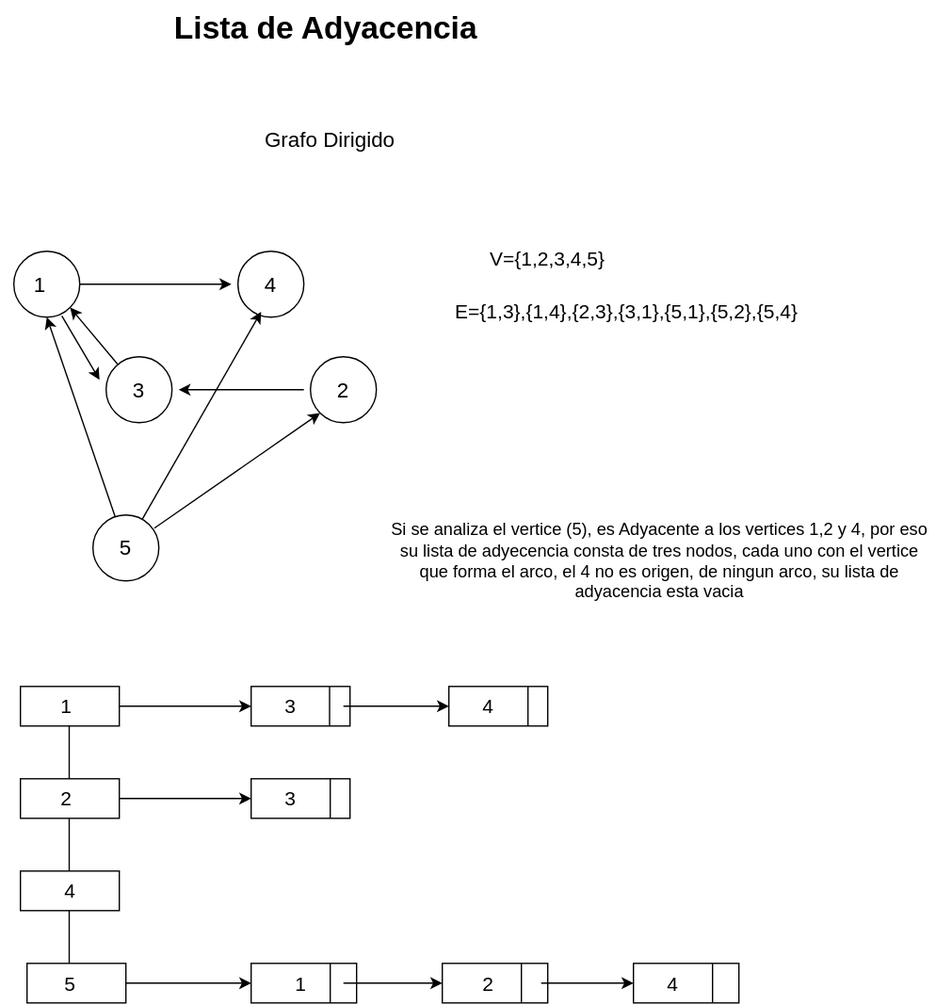
Nordcode-cyber/Algoritmos-Estructdatos keeps this draw.io diagram as Estructura-de-datos/Grafos/Lista-adyacencia.drawio.svg. Above is the earlier version. Source tidied: cells renumbered, new cells last; positions are measured from the earlier drawing's top-left corner, leaving out a move shared by most shapes.
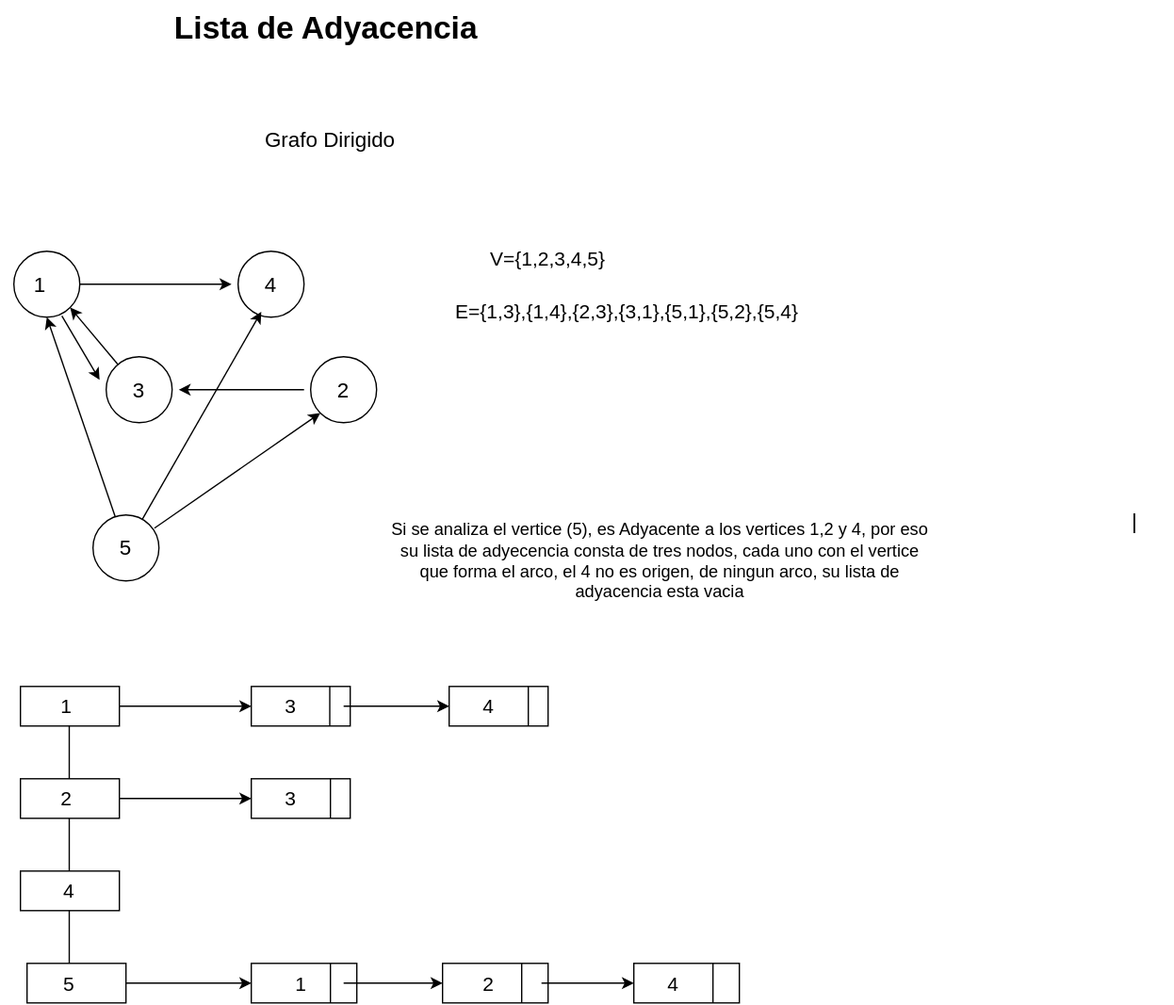
After the change.

Diff of the diagram source:
```diff
@@ -206,5 +206,8 @@
     <mxCell id="58" value="&lt;font style=&quot;color: light-dark(rgb(0, 0, 0), rgb(255, 0, 0)); font-size: 15px;&quot;&gt;4&lt;/font&gt;" style="text;html=1;align=center;verticalAlign=middle;whiteSpace=wrap;rounded=0;" parent="1" vertex="1">
       <mxGeometry x="480" y="730" width="60" height="30" as="geometry" />
     </mxCell>
+    <mxCell id="59" value="&lt;font style=&quot;font-size: 16px; color: light-dark(rgb(0, 0, 0), rgb(204, 0, 0));&quot;&gt;|&lt;/font&gt;" style="text;html=1;whiteSpace=wrap;strokeColor=none;fillColor=none;align=center;verticalAlign=middle;rounded=0;" parent="1" vertex="1">
+      <mxGeometry x="830" y="380" width="60" height="30" as="geometry" />
+    </mxCell>
   </root>
 </mxGraphModel>
```
